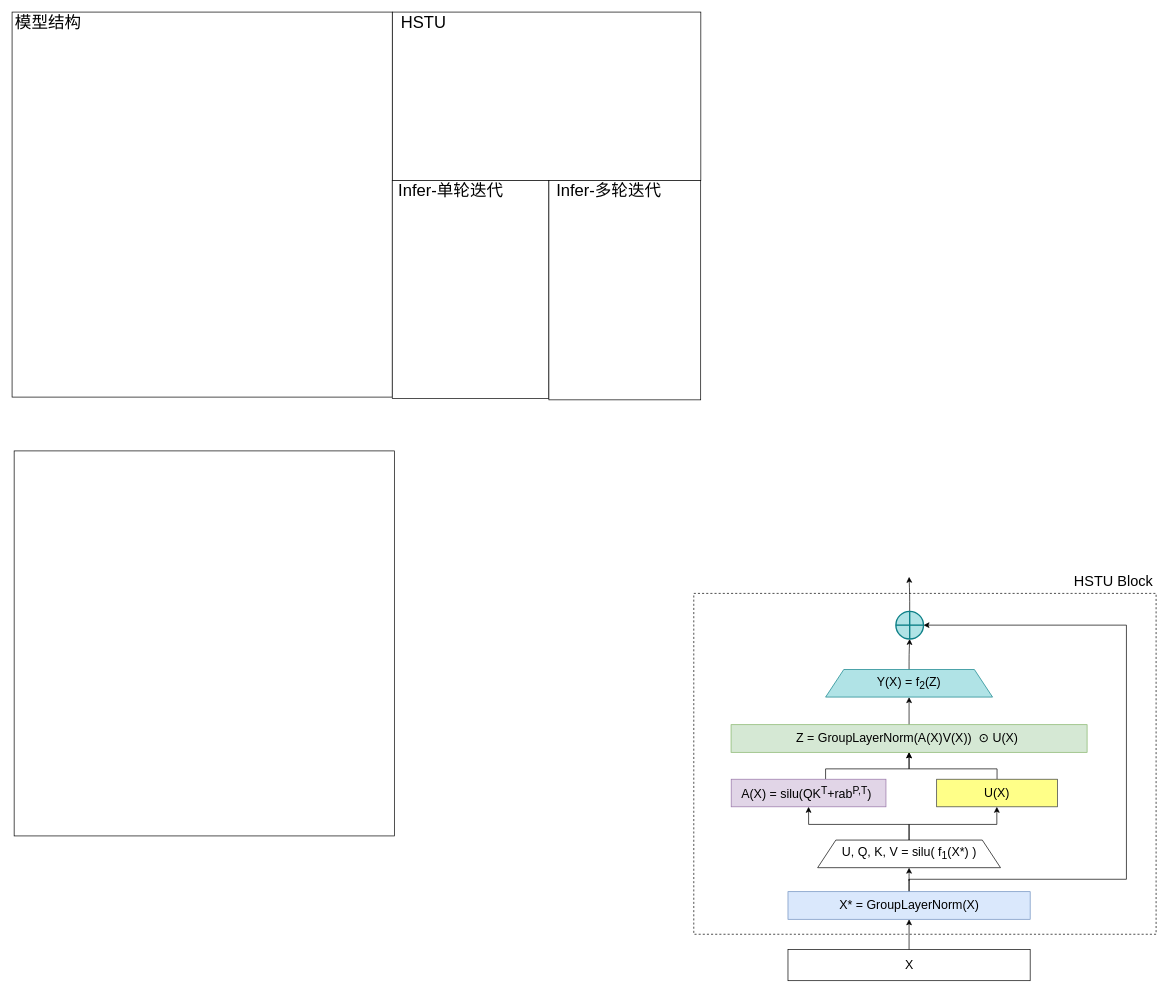
Above: page "第 8 页" (2 of 9) of 未命名绘图.drawio in stargazer-zero/drawio-storage (draw.io), before the change. Source tidied: cells renumbered, new cells numbered last; positions are measured from the earlier drawing's top-left corner, leaving out a move shared by most shapes. Both pictures are drawn from the tidied source at 69%, with x=0, y=0 at pixel (12, 12).
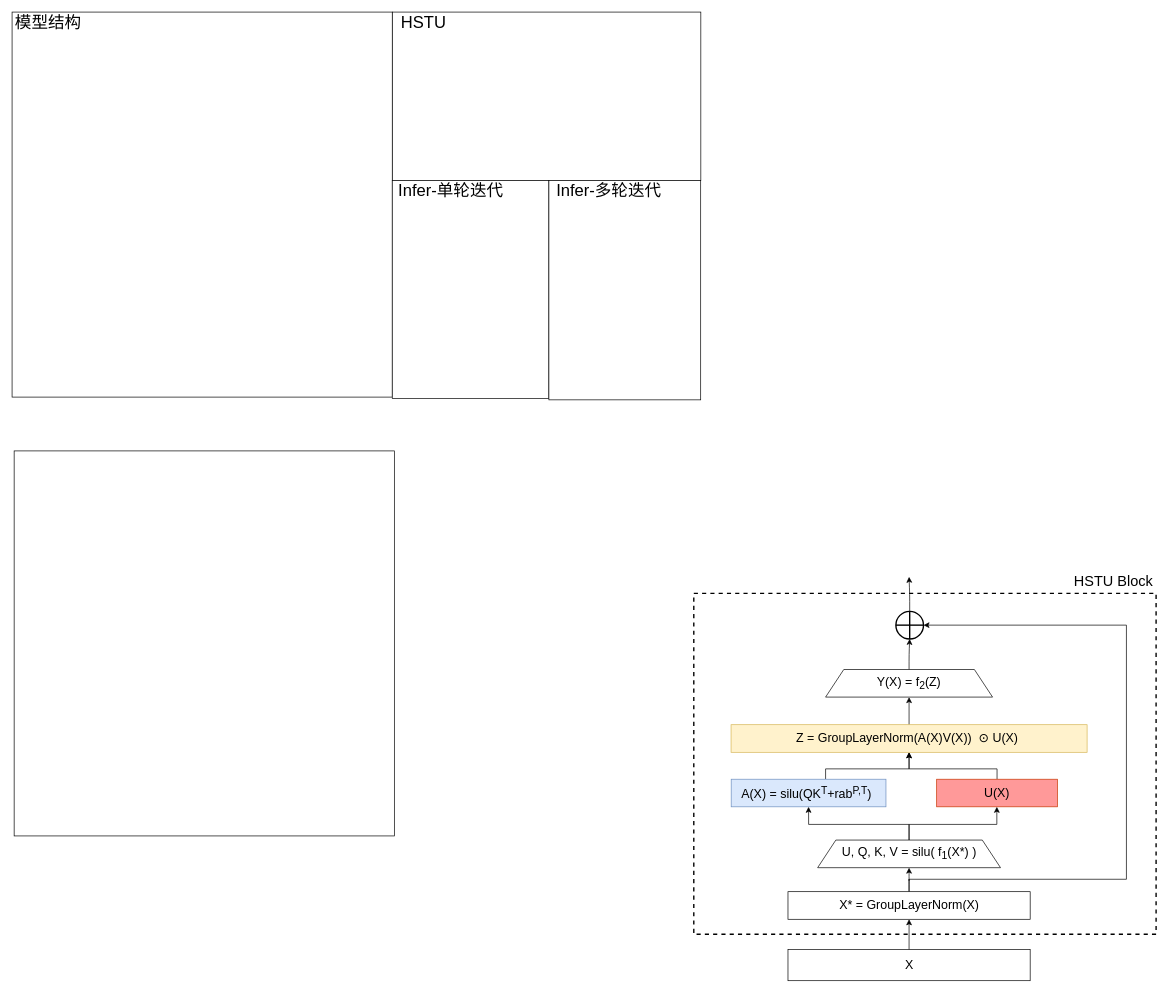
Above is the later version.

Commit message:
更新未命名绘图.drawio

Change to the diagram source:
```diff
@@
-    <mxCell id="11" style="rounded=1;whiteSpace=wrap;html=1;arcSize=0;dashed=1;" parent="1" vertex="1">
+    <mxCell id="11" style="rounded=1;whiteSpace=wrap;html=1;arcSize=0;dashed=1;strokeWidth=2;" parent="1" vertex="1">
       <mxGeometry x="988" y="842.5" width="670" height="494" as="geometry" />
     </mxCell>
@@
-    <mxCell id="16" value="&lt;font&gt;X* = GroupLayerNorm(X)&lt;/font&gt;" style="rounded=0;whiteSpace=wrap;html=1;fontSize=18;fillColor=#dae8fc;strokeColor=#6c8ebf;" parent="1" vertex="1">
+    <mxCell id="16" value="&lt;font&gt;X* = GroupLayerNorm(X)&lt;/font&gt;" style="rounded=0;whiteSpace=wrap;html=1;fontSize=18;" parent="1" vertex="1">
       <mxGeometry x="1124.5" y="1274.8" width="351" height="40" as="geometry" />
     </mxCell>
@@
-    <mxCell id="21" value="&lt;span&gt;A(X) = silu(QK&lt;sup&gt;T&lt;/sup&gt;+rab&lt;sup&gt;P,T&lt;/sup&gt;)&amp;nbsp;&lt;/span&gt;" style="rounded=0;whiteSpace=wrap;html=1;fontSize=18;fillColor=#e1d5e7;strokeColor=#9673a6;" parent="1" vertex="1">
+    <mxCell id="21" value="&lt;span&gt;A(X) = silu(QK&lt;sup&gt;T&lt;/sup&gt;+rab&lt;sup&gt;P,T&lt;/sup&gt;)&amp;nbsp;&lt;/span&gt;" style="rounded=0;whiteSpace=wrap;html=1;fontSize=18;fillColor=#dae8fc;strokeColor=#6c8ebf;" parent="1" vertex="1">
       <mxGeometry x="1042.2" y="1111.8" width="224.3" height="40" as="geometry" />
     </mxCell>
@@
-    <mxCell id="23" value="U(X)" style="rounded=0;whiteSpace=wrap;html=1;fontSize=18;fillColor=#ffff88;strokeColor=#36393d;" parent="1" vertex="1">
+    <mxCell id="23" value="U(X)" style="rounded=0;whiteSpace=wrap;html=1;fontSize=18;fillColor=#FF9999;strokeColor=#C73500;fontColor=#000000;" parent="1" vertex="1">
       <mxGeometry x="1340" y="1111.8" width="175" height="40" as="geometry" />
     </mxCell>
@@
-    <mxCell id="25" value="Z = GroupLayerNorm(A(X)V(X))&amp;nbsp;&lt;span style=&quot;background-color: transparent;&quot;&gt;&amp;nbsp;⊙&lt;/span&gt;&lt;span style=&quot;background-color: transparent; color: light-dark(rgb(0, 0, 0), rgb(255, 255, 255));&quot;&gt;&amp;nbsp;U(X)&amp;nbsp;&lt;/span&gt;" style="rounded=0;whiteSpace=wrap;html=1;fontSize=18;fillColor=#d5e8d4;strokeColor=#82b366;" parent="1" vertex="1">
+    <mxCell id="25" value="Z = GroupLayerNorm(A(X)V(X))&amp;nbsp;&lt;span style=&quot;background-color: transparent;&quot;&gt;&amp;nbsp;⊙&lt;/span&gt;&lt;span style=&quot;background-color: transparent; color: light-dark(rgb(0, 0, 0), rgb(255, 255, 255));&quot;&gt;&amp;nbsp;U(X)&amp;nbsp;&lt;/span&gt;" style="rounded=0;whiteSpace=wrap;html=1;fontSize=18;fillColor=#fff2cc;strokeColor=#d6b656;" parent="1" vertex="1">
       <mxGeometry x="1042" y="1032.8" width="516" height="40" as="geometry" />
     </mxCell>
@@
-    <mxCell id="27" value="&lt;font&gt;Y(X) = f&lt;sub&gt;2&lt;/sub&gt;(Z&lt;/font&gt;&lt;font&gt;)&lt;/font&gt;" style="shape=trapezoid;perimeter=trapezoidPerimeter;whiteSpace=wrap;html=1;fixedSize=1;rounded=1;arcSize=0;size=26.35714285714289;fontSize=18;fillColor=#b0e3e6;strokeColor=#0e8088;" parent="1" vertex="1">
+    <mxCell id="27" value="&lt;font&gt;Y(X) = f&lt;sub&gt;2&lt;/sub&gt;(Z&lt;/font&gt;&lt;font&gt;)&lt;/font&gt;" style="shape=trapezoid;perimeter=trapezoidPerimeter;whiteSpace=wrap;html=1;fixedSize=1;rounded=1;arcSize=0;size=26.35714285714289;fontSize=18;" parent="1" vertex="1">
       <mxGeometry x="1179" y="952.8" width="242" height="40" as="geometry" />
     </mxCell>
@@
-    <mxCell id="29" style="shape=orEllipse;perimeter=ellipsePerimeter;whiteSpace=wrap;html=1;backgroundOutline=1;rounded=1;fillColor=#b0e3e6;strokeColor=#0e8088;strokeWidth=2;fontSize=18;" parent="1" vertex="1">
+    <mxCell id="29" style="shape=orEllipse;perimeter=ellipsePerimeter;whiteSpace=wrap;html=1;backgroundOutline=1;rounded=1;strokeWidth=2;fontSize=18;" parent="1" vertex="1">
       <mxGeometry x="1280.9" y="868.5" width="40" height="40" as="geometry" />
     </mxCell>
```
